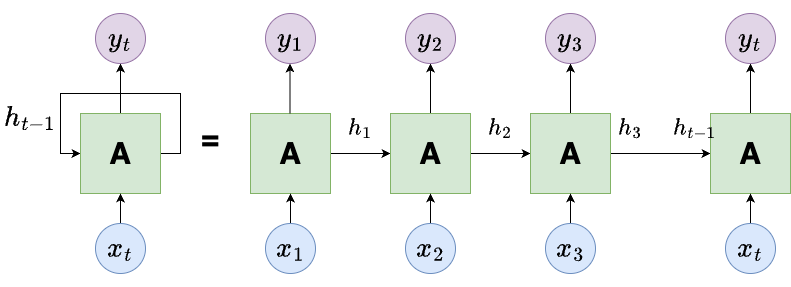
Before: ds701_book/drawio/RNN-Unrolled.png, a diagram exported from draw.io (tools4ds/DS701-Course-Notes). Source tidied: cells renumbered, new cells last; positions are measured from the earlier drawing's top-left corner, leaving out a move shared by most shapes.
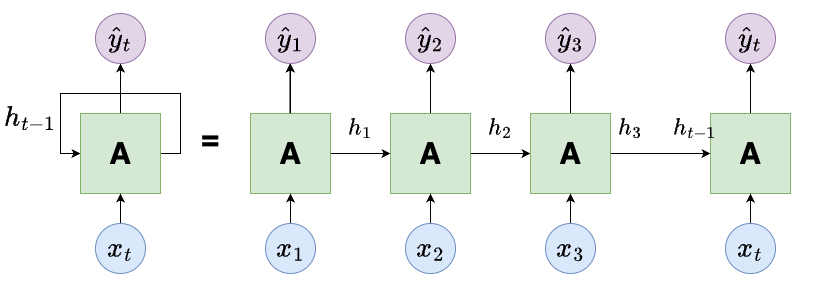
After the change.

Change to the diagram source:
```diff
@@ -18,7 +18,7 @@
     <mxCell id="4" value="A" style="whiteSpace=wrap;html=1;fillColor=#d5e8d4;strokeColor=#82b366;fontSize=30;fontStyle=1;" parent="1" vertex="1">
       <mxGeometry x="80" y="100" width="80" height="80" as="geometry" />
     </mxCell>
-    <mxCell id="5" value="&lt;font style=&quot;font-size: 24px;&quot;&gt;$$y_t$$&lt;/font&gt;" style="ellipse;whiteSpace=wrap;html=1;fillColor=#e1d5e7;strokeColor=#9673a6;" parent="1" vertex="1">
+    <mxCell id="5" value="&lt;font style=&quot;font-size: 24px;&quot;&gt;$$\hat{y}_t$$&lt;/font&gt;" style="ellipse;whiteSpace=wrap;html=1;fillColor=#e1d5e7;strokeColor=#9673a6;" parent="1" vertex="1">
       <mxGeometry x="95" width="50" height="50" as="geometry" />
     </mxCell>
     <mxCell id="6" style="edgeStyle=orthogonalEdgeStyle;rounded=0;jettySize=auto;html=1;exitX=0.5;exitY=0;exitDx=0;exitDy=0;entryX=0.5;entryY=1;entryDx=0;entryDy=0;" parent="1" edge="1" source="7" target="4">
@@ -36,10 +36,13 @@
     <mxCell id="10" style="edgeStyle=orthogonalEdgeStyle;rounded=0;jettySize=auto;html=1;exitX=1;exitY=0.5;exitDx=0;exitDy=0;entryX=0;entryY=0.5;entryDx=0;entryDy=0;" parent="1" edge="1" source="11" target="17">
       <mxGeometry relative="1" as="geometry" />
     </mxCell>
+    <mxCell id="37" style="edgeStyle=orthogonalEdgeStyle;rounded=0;jettySize=auto;html=1;" parent="1" edge="1" source="11" target="12">
+      <mxGeometry relative="1" as="geometry" />
+    </mxCell>
     <mxCell id="11" value="A" style="whiteSpace=wrap;html=1;fillColor=#d5e8d4;strokeColor=#82b366;fontSize=30;fontStyle=1;" parent="1" vertex="1">
       <mxGeometry x="250" y="100" width="80" height="80" as="geometry" />
     </mxCell>
-    <mxCell id="12" value="&lt;font style=&quot;font-size: 24px;&quot;&gt;$$y_1$$&lt;/font&gt;" style="ellipse;whiteSpace=wrap;html=1;fillColor=#e1d5e7;strokeColor=#9673a6;" parent="1" vertex="1">
+    <mxCell id="12" value="&lt;font style=&quot;font-size: 24px;&quot;&gt;$$\hat{y}_1$$&lt;/font&gt;" style="ellipse;whiteSpace=wrap;html=1;fillColor=#e1d5e7;strokeColor=#9673a6;" parent="1" vertex="1">
       <mxGeometry x="265" width="50" height="50" as="geometry" />
     </mxCell>
     <mxCell id="13" style="edgeStyle=orthogonalEdgeStyle;rounded=0;jettySize=auto;html=1;exitX=0.5;exitY=0;exitDx=0;exitDy=0;entryX=0.5;entryY=1;entryDx=0;entryDy=0;" parent="1" edge="1" source="14" target="11">
@@ -57,7 +60,7 @@
     <mxCell id="17" value="A" style="whiteSpace=wrap;html=1;fillColor=#d5e8d4;strokeColor=#82b366;fontSize=30;fontStyle=1;" parent="1" vertex="1">
       <mxGeometry x="390" y="100" width="80" height="80" as="geometry" />
     </mxCell>
-    <mxCell id="18" value="&lt;font style=&quot;font-size: 24px;&quot;&gt;$$y_2$$&lt;/font&gt;" style="ellipse;whiteSpace=wrap;html=1;fillColor=#e1d5e7;strokeColor=#9673a6;" parent="1" vertex="1">
+    <mxCell id="18" value="&lt;font style=&quot;font-size: 24px;&quot;&gt;$$\hat{y}_2$$&lt;/font&gt;" style="ellipse;whiteSpace=wrap;html=1;fillColor=#e1d5e7;strokeColor=#9673a6;" parent="1" vertex="1">
       <mxGeometry x="405" width="50" height="50" as="geometry" />
     </mxCell>
     <mxCell id="19" style="edgeStyle=orthogonalEdgeStyle;rounded=0;jettySize=auto;html=1;exitX=0.5;exitY=0;exitDx=0;exitDy=0;entryX=0.5;entryY=1;entryDx=0;entryDy=0;" parent="1" edge="1" source="20" target="17">
@@ -75,7 +78,7 @@
     <mxCell id="23" value="A" style="whiteSpace=wrap;html=1;fillColor=#d5e8d4;strokeColor=#82b366;fontSize=30;fontStyle=1;" parent="1" vertex="1">
       <mxGeometry x="530" y="100" width="80" height="80" as="geometry" />
     </mxCell>
-    <mxCell id="24" value="&lt;font style=&quot;font-size: 24px;&quot;&gt;$$y_3$$&lt;/font&gt;" style="ellipse;whiteSpace=wrap;html=1;fillColor=#e1d5e7;strokeColor=#9673a6;" parent="1" vertex="1">
+    <mxCell id="24" value="&lt;font style=&quot;font-size: 24px;&quot;&gt;$$\hat{y}_3$$&lt;/font&gt;" style="ellipse;whiteSpace=wrap;html=1;fillColor=#e1d5e7;strokeColor=#9673a6;" parent="1" vertex="1">
       <mxGeometry x="545" width="50" height="50" as="geometry" />
     </mxCell>
     <mxCell id="25" style="edgeStyle=orthogonalEdgeStyle;rounded=0;jettySize=auto;html=1;exitX=0.5;exitY=0;exitDx=0;exitDy=0;entryX=0.5;entryY=1;entryDx=0;entryDy=0;" parent="1" edge="1" source="26" target="23">
@@ -90,7 +93,7 @@
     <mxCell id="28" value="A" style="whiteSpace=wrap;html=1;fillColor=#d5e8d4;strokeColor=#82b366;fontSize=30;fontStyle=1;" parent="1" vertex="1">
       <mxGeometry x="710" y="100" width="80" height="80" as="geometry" />
     </mxCell>
-    <mxCell id="29" value="&lt;font style=&quot;font-size: 24px;&quot;&gt;$$y_t$$&lt;/font&gt;" style="ellipse;whiteSpace=wrap;html=1;fillColor=#e1d5e7;strokeColor=#9673a6;" parent="1" vertex="1">
+    <mxCell id="29" value="&lt;font style=&quot;font-size: 24px;&quot;&gt;$$\hat{y}_t$$&lt;/font&gt;" style="ellipse;whiteSpace=wrap;html=1;fillColor=#e1d5e7;strokeColor=#9673a6;" parent="1" vertex="1">
       <mxGeometry x="725" width="50" height="50" as="geometry" />
     </mxCell>
     <mxCell id="30" style="edgeStyle=orthogonalEdgeStyle;rounded=0;jettySize=auto;html=1;exitX=0.5;exitY=0;exitDx=0;exitDy=0;entryX=0.5;entryY=1;entryDx=0;entryDy=0;" parent="1" edge="1" source="31" target="28">
```
